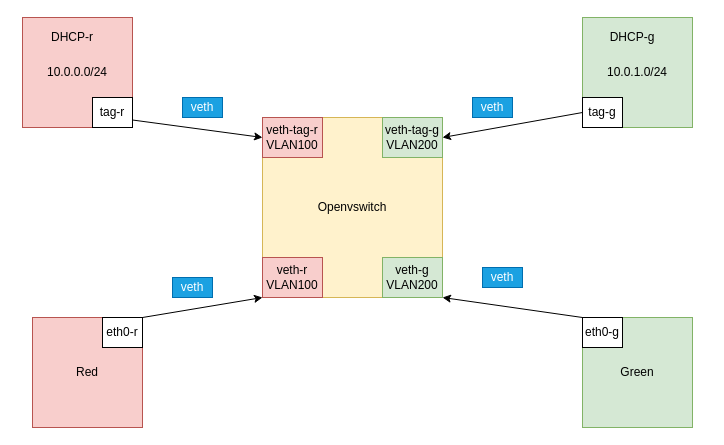
Earlier version of the draw.io diagram ovs-namespace-dhcp.drawio (khanhnt99/Diagram). Source tidied: cells renumbered, new cells numbered last; positions are measured from the earlier drawing's top-left corner, leaving out a move shared by most shapes. Both pictures are drawn from the tidied source at 100%, with x=0, y=0 at pixel (22, 17).
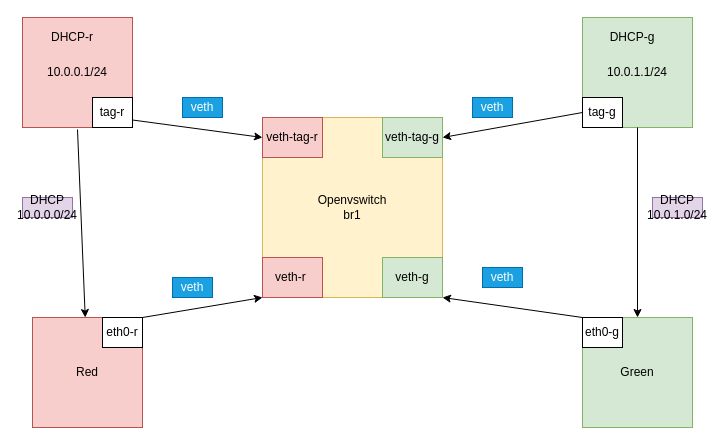
The same diagram, later.

Unchanged cells that the change refers to:
```xml
<mxCell id="5" value="Red" style="whiteSpace=wrap;html=1;fillColor=#f8cecc;strokeColor=#b85450;" parent="1" vertex="1">
  <mxGeometry x="10" y="300" width="110" height="110" as="geometry" />
</mxCell>
<mxCell id="6" value="Green" style="whiteSpace=wrap;html=1;fillColor=#d5e8d4;strokeColor=#82b366;" parent="1" vertex="1">
  <mxGeometry x="560" y="300" width="110" height="110" as="geometry" />
</mxCell>
```

What changed in the source:
```diff
@@
-    <mxCell id="2" value="Openvswitch" style="whiteSpace=wrap;html=1;fillColor=#fff2cc;strokeColor=#d6b656;" parent="1" vertex="1">
+    <mxCell id="2" value="Openvswitch&lt;br&gt;br1" style="whiteSpace=wrap;html=1;fillColor=#fff2cc;strokeColor=#d6b656;" parent="1" vertex="1">
       <mxGeometry x="240" y="100" width="180" height="180" as="geometry" />
     </mxCell>
-    <mxCell id="3" value="10.0.0.0/24" style="whiteSpace=wrap;html=1;fillColor=#f8cecc;strokeColor=#b85450;" parent="1" vertex="1">
+    <mxCell id="3" value="10.0.0.1/24" style="whiteSpace=wrap;html=1;fillColor=#f8cecc;strokeColor=#b85450;" parent="1" vertex="1">
       <mxGeometry width="110" height="110" as="geometry" />
     </mxCell>
-    <mxCell id="4" value="10.0.1.0/24" style="whiteSpace=wrap;html=1;fillColor=#d5e8d4;strokeColor=#82b366;" parent="1" vertex="1">
+    <mxCell id="4" value="10.0.1.1/24" style="whiteSpace=wrap;html=1;fillColor=#d5e8d4;strokeColor=#82b366;" parent="1" vertex="1">
       <mxGeometry x="560" width="110" height="110" as="geometry" />
     </mxCell>
@@
-    <mxCell id="7" value="veth-tag-r&lt;br&gt;VLAN100" style="rounded=0;whiteSpace=wrap;html=1;fillColor=#f8cecc;strokeColor=#b85450;" parent="1" vertex="1">
+    <mxCell id="7" value="veth-tag-r&lt;br&gt;" style="rounded=0;whiteSpace=wrap;html=1;fillColor=#f8cecc;strokeColor=#b85450;" parent="1" vertex="1">
       <mxGeometry x="240" y="100" width="60" height="40" as="geometry" />
     </mxCell>
-    <mxCell id="8" value="veth-tag-g&lt;br&gt;VLAN200" style="rounded=0;whiteSpace=wrap;html=1;fillColor=#d5e8d4;strokeColor=#82b366;" parent="1" vertex="1">
+    <mxCell id="8" value="veth-tag-g&lt;br&gt;" style="rounded=0;whiteSpace=wrap;html=1;fillColor=#d5e8d4;strokeColor=#82b366;" parent="1" vertex="1">
       <mxGeometry x="360" y="100" width="60" height="40" as="geometry" />
     </mxCell>
-    <mxCell id="9" value="veth-r VLAN100" style="rounded=0;whiteSpace=wrap;html=1;fillColor=#f8cecc;strokeColor=#b85450;" parent="1" vertex="1">
+    <mxCell id="9" value="veth-r&amp;nbsp;" style="rounded=0;whiteSpace=wrap;html=1;fillColor=#f8cecc;strokeColor=#b85450;" parent="1" vertex="1">
       <mxGeometry x="240" y="240" width="60" height="40" as="geometry" />
     </mxCell>
-    <mxCell id="10" value="veth-g&lt;br&gt;VLAN200" style="rounded=0;whiteSpace=wrap;html=1;fillColor=#d5e8d4;strokeColor=#82b366;" parent="1" vertex="1">
+    <mxCell id="10" value="veth-g&lt;br&gt;" style="rounded=0;whiteSpace=wrap;html=1;fillColor=#d5e8d4;strokeColor=#82b366;" parent="1" vertex="1">
       <mxGeometry x="360" y="240" width="60" height="40" as="geometry" />
     </mxCell>
@@
+    <mxCell id="25" style="endArrow=classic;html=1;" parent="1" edge="1" target="5">
+      <mxGeometry relative="1" as="geometry">
+        <mxPoint x="55" y="112" as="sourcePoint" />
+      </mxGeometry>
+    </mxCell>
+    <mxCell id="26" value="DHCP&lt;br&gt;10.0.0.0/24" style="text;html=1;strokeColor=#9673a6;fillColor=#e1d5e7;align=center;verticalAlign=middle;whiteSpace=wrap;rounded=0;" parent="1" vertex="1">
+      <mxGeometry y="180" width="50" height="20" as="geometry" />
+    </mxCell>
+    <mxCell id="27" value="DHCP&lt;br&gt;10.0.1.0/24" style="text;html=1;strokeColor=#9673a6;fillColor=#e1d5e7;align=center;verticalAlign=middle;whiteSpace=wrap;rounded=0;" parent="1" vertex="1">
+      <mxGeometry x="630" y="180" width="50" height="20" as="geometry" />
+    </mxCell>
+    <mxCell id="28" style="endArrow=classic;html=1;exitX=0.5;exitY=1;exitDx=0;exitDy=0;entryX=0.5;entryY=0;entryDx=0;entryDy=0;" parent="1" edge="1" source="4" target="6">
+      <mxGeometry relative="1" as="geometry" />
+    </mxCell>
```
